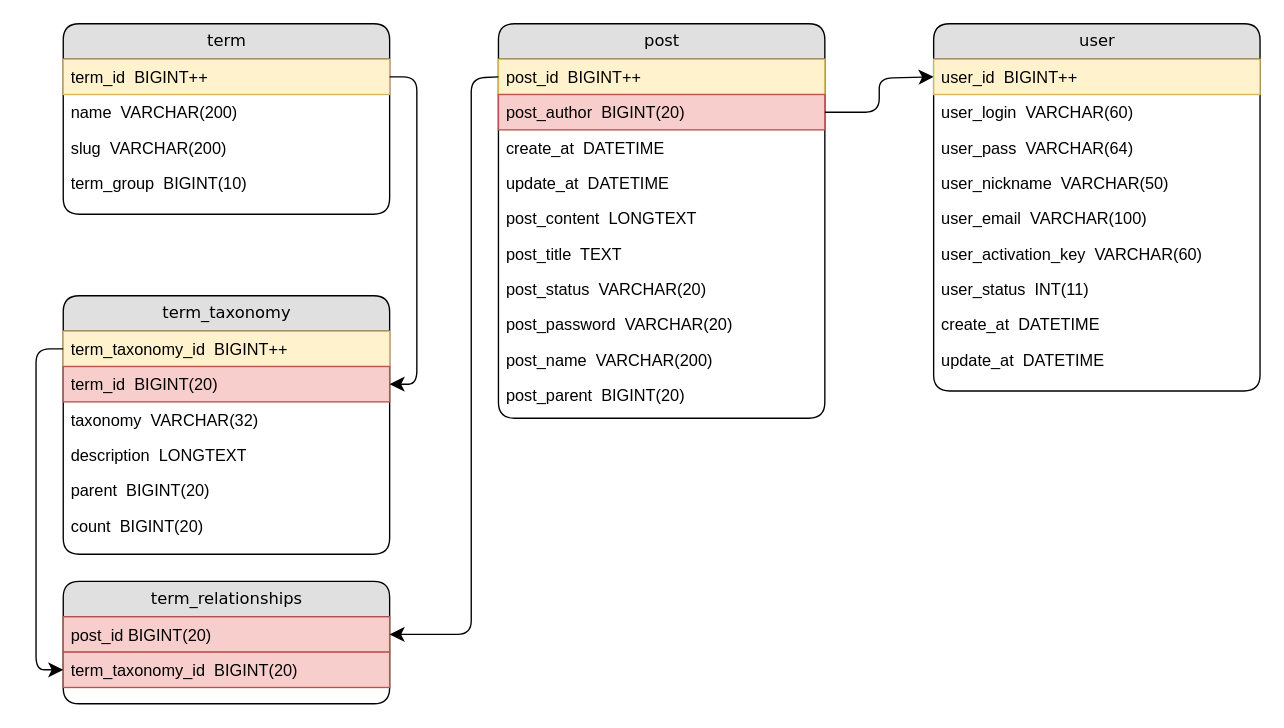
This is Untitled Diagram.drawio from tty128/test, a draw.io file, before an edit. Source tidied: cells renumbered, new cells numbered last; positions are measured from the earlier drawing's top-left corner, leaving out a move shared by most shapes. Both pictures are drawn from the tidied source at 136%, with x=0, y=0 at pixel (35, 23).
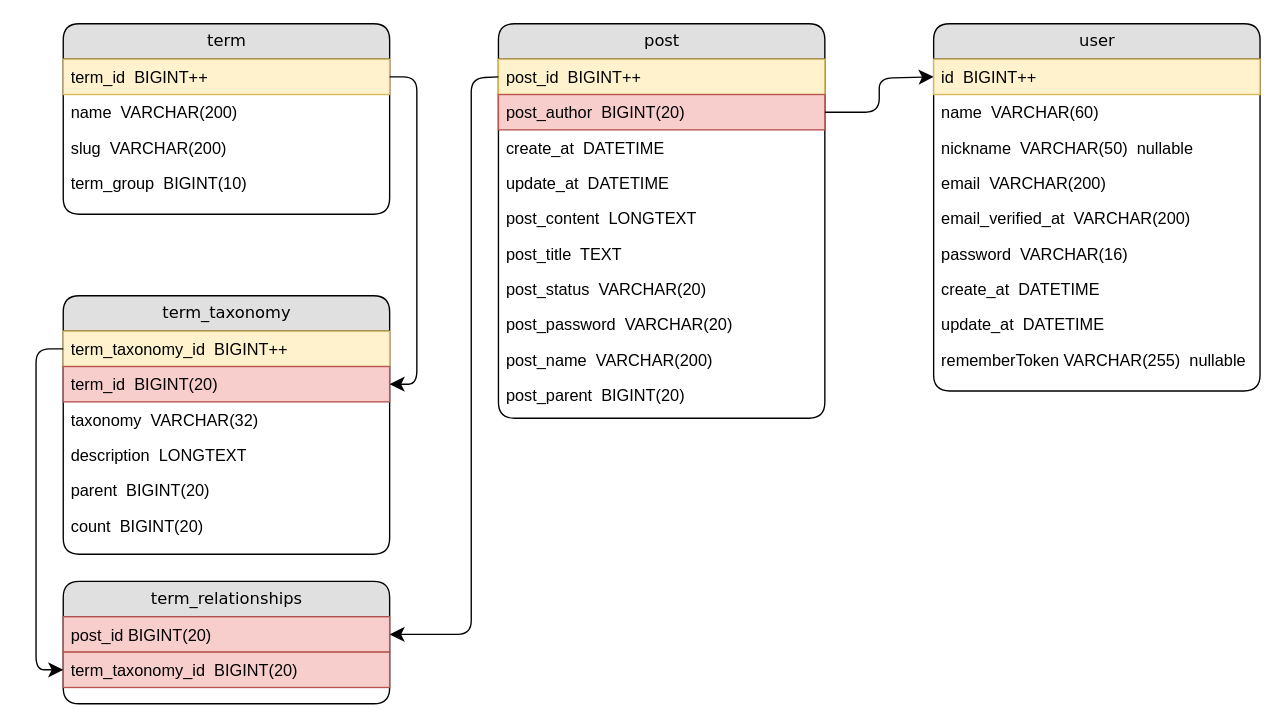
After the change.

Unchanged cells that the change refers to:
```xml
<mxCell id="30" value="user" style="swimlane;html=1;fontStyle=0;horizontal=1;startSize=26;fillColor=#e0e0e0;swimlaneFillColor=#ffffff;align=center;rounded=1;shadow=0;comic=0;labelBackgroundColor=none;strokeWidth=1;fontFamily=Verdana;fontSize=12;" parent="1" vertex="1">
  <mxGeometry x="660" width="240" height="270" as="geometry" />
</mxCell>
```

What changed in the source:
```diff
@@
-    <mxCell id="31" value="user_id&amp;nbsp; BIGINT++" style="text;html=1;strokeColor=#d6b656;fillColor=#fff2cc;spacingLeft=4;spacingRight=4;whiteSpace=wrap;overflow=hidden;points=[[0,0.5],[1,0.5]];portConstraint=eastwest;" parent="30" vertex="1">
+    <mxCell id="31" value="id&amp;nbsp; BIGINT++" style="text;html=1;strokeColor=#d6b656;fillColor=#fff2cc;spacingLeft=4;spacingRight=4;whiteSpace=wrap;overflow=hidden;points=[[0,0.5],[1,0.5]];portConstraint=eastwest;" parent="30" vertex="1">
       <mxGeometry y="26" width="240" height="26" as="geometry" />
     </mxCell>
-    <mxCell id="32" value="user_login&amp;nbsp; VARCHAR(60)" style="text;html=1;strokeColor=none;fillColor=none;spacingLeft=4;spacingRight=4;whiteSpace=wrap;overflow=hidden;" parent="30" vertex="1">
+    <mxCell id="32" value="name&amp;nbsp; VARCHAR(60)" style="text;html=1;strokeColor=none;fillColor=none;spacingLeft=4;spacingRight=4;whiteSpace=wrap;overflow=hidden;" parent="30" vertex="1">
       <mxGeometry y="52" width="240" height="26" as="geometry" />
     </mxCell>
+    <mxCell id="34" value="nickname&amp;nbsp; VARCHAR(50)&amp;nbsp; nullable" style="text;html=1;strokeColor=none;fillColor=none;spacingLeft=4;spacingRight=4;whiteSpace=wrap;overflow=hidden;" parent="30" vertex="1">
+      <mxGeometry y="78" width="240" height="26" as="geometry" />
+    </mxCell>
-    <mxCell id="33" value="user_pass&amp;nbsp; VARCHAR(64)" style="text;html=1;strokeColor=none;fillColor=none;spacingLeft=4;spacingRight=4;whiteSpace=wrap;overflow=hidden;" parent="30" vertex="1">
-      <mxGeometry y="78" width="240" height="26" as="geometry" />
+    <mxCell id="33" value="email&amp;nbsp; VARCHAR(200)" style="text;html=1;strokeColor=none;fillColor=none;spacingLeft=4;spacingRight=4;whiteSpace=wrap;overflow=hidden;" parent="30" vertex="1">
+      <mxGeometry y="104" width="240" height="26" as="geometry" />
     </mxCell>
-    <mxCell id="34" value="user_nickname&amp;nbsp; VARCHAR(50)" style="text;html=1;strokeColor=none;fillColor=none;spacingLeft=4;spacingRight=4;whiteSpace=wrap;overflow=hidden;" parent="30" vertex="1">
-      <mxGeometry y="104" width="240" height="26" as="geometry" />
-    </mxCell>
-    <mxCell id="35" value="user_email&amp;nbsp; VARCHAR(100)" style="text;html=1;strokeColor=none;fillColor=none;spacingLeft=4;spacingRight=4;whiteSpace=wrap;overflow=hidden;" parent="30" vertex="1">
+    <mxCell id="35" value="email_verified_at&amp;nbsp; VARCHAR(200)" style="text;html=1;strokeColor=none;fillColor=none;spacingLeft=4;spacingRight=4;whiteSpace=wrap;overflow=hidden;" parent="30" vertex="1">
       <mxGeometry y="130" width="240" height="26" as="geometry" />
     </mxCell>
-    <mxCell id="36" value="user_activation_key&amp;nbsp; VARCHAR(60)" style="text;html=1;strokeColor=none;fillColor=none;spacingLeft=4;spacingRight=4;whiteSpace=wrap;overflow=hidden;" parent="30" vertex="1">
+    <mxCell id="36" value="password&amp;nbsp; VARCHAR(16)" style="text;html=1;strokeColor=none;fillColor=none;spacingLeft=4;spacingRight=4;whiteSpace=wrap;overflow=hidden;" parent="30" vertex="1">
       <mxGeometry y="156" width="240" height="26" as="geometry" />
     </mxCell>
-    <mxCell id="37" value="user_status&amp;nbsp; INT(11)" style="text;html=1;strokeColor=none;fillColor=none;spacingLeft=4;spacingRight=4;whiteSpace=wrap;overflow=hidden;" parent="30" vertex="1">
-      <mxGeometry y="182" width="240" height="26" as="geometry" />
-    </mxCell>
     <mxCell id="38" value="create_at&amp;nbsp; DATETIME" style="text;html=1;strokeColor=none;fillColor=none;spacingLeft=4;spacingRight=4;whiteSpace=wrap;overflow=hidden;" parent="30" vertex="1">
-      <mxGeometry y="208" width="240" height="26" as="geometry" />
+      <mxGeometry y="182" width="240" height="26" as="geometry" />
     </mxCell>
     <mxCell id="39" value="update_at&amp;nbsp; DATETIME" style="text;html=1;strokeColor=none;fillColor=none;spacingLeft=4;spacingRight=4;whiteSpace=wrap;overflow=hidden;" parent="30" vertex="1">
-      <mxGeometry y="234" width="240" height="26" as="geometry" />
+      <mxGeometry y="208" width="240" height="26" as="geometry" />
     </mxCell>
+    <mxCell id="37" value="rememberToken VARCHAR(255)&amp;nbsp; nullable" style="text;html=1;strokeColor=none;fillColor=none;spacingLeft=4;spacingRight=4;whiteSpace=wrap;overflow=hidden;" parent="30" vertex="1">
+      <mxGeometry y="234" width="240" height="26" as="geometry" />
+    </mxCell>
```
